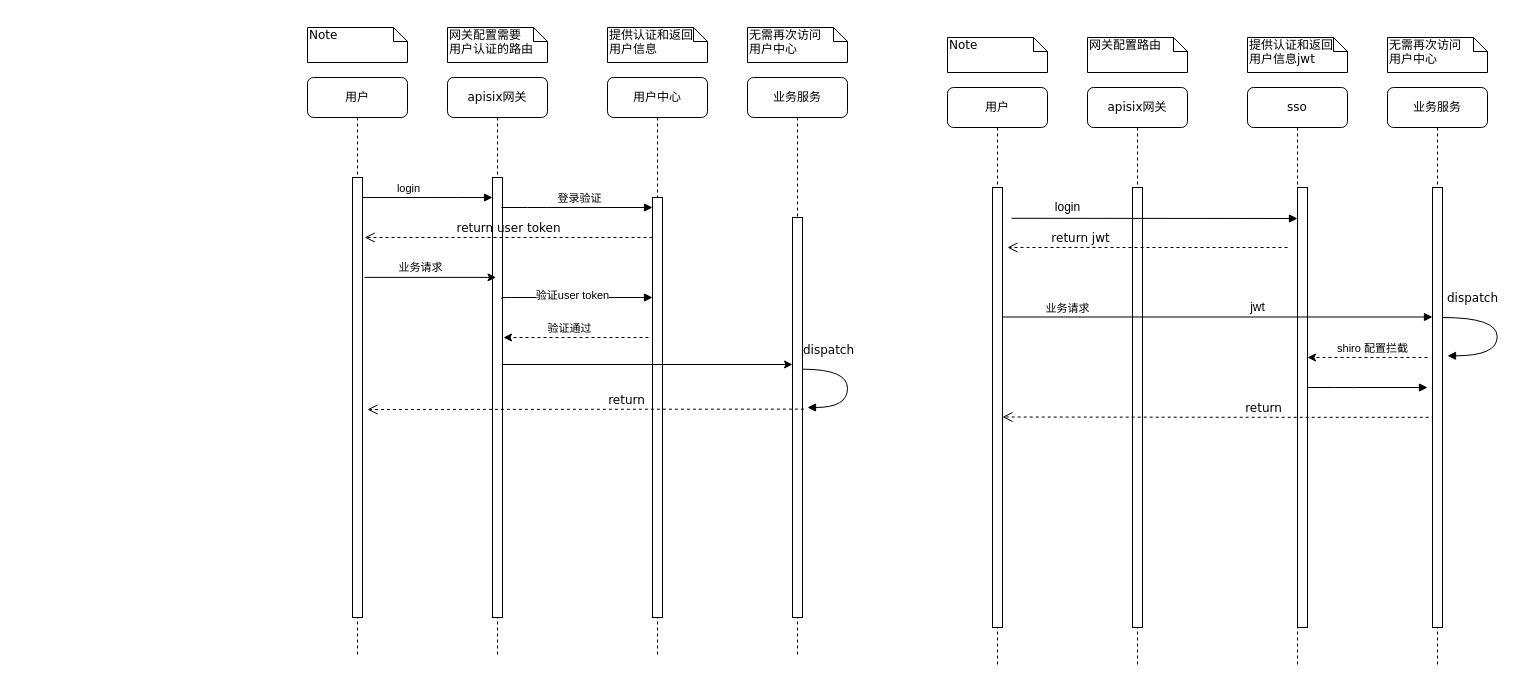
Above: apisix_sso.drawio in likesea/blog (draw.io), before the change. Source tidied: cells renumbered, new cells numbered last; positions are measured from the earlier drawing's top-left corner, leaving out a move shared by most shapes. Both pictures are drawn from the tidied source at 100%, with x=0, y=0 at pixel (307, 27).
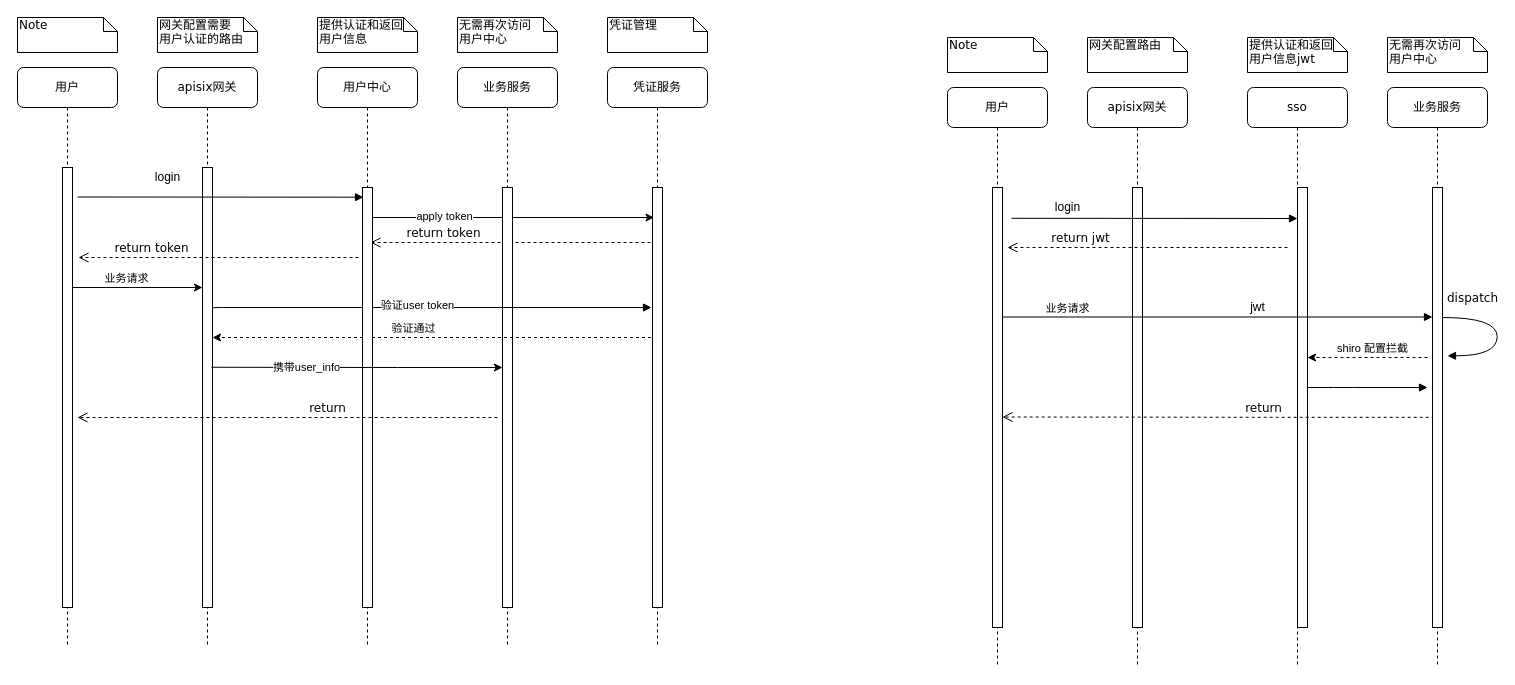
Above is the later version.

The change refers to these unchanged cells:
```xml
<mxCell id="3" style="html=1;points=[];perimeter=orthogonalPerimeter;rounded=0;shadow=0;comic=0;labelBackgroundColor=none;strokeWidth=1;fontFamily=Verdana;fontSize=12;align=center;" parent="2" vertex="1">
  <mxGeometry x="45" y="100" width="10" height="440" as="geometry" />
</mxCell>
<mxCell id="5" style="html=1;points=[];perimeter=orthogonalPerimeter;rounded=0;shadow=0;comic=0;labelBackgroundColor=none;strokeWidth=1;fontFamily=Verdana;fontSize=12;align=center;" parent="4" vertex="1">
  <mxGeometry x="45" y="120" width="10" height="420" as="geometry" />
</mxCell>
<mxCell id="13" style="html=1;points=[];perimeter=orthogonalPerimeter;rounded=0;shadow=0;comic=0;labelBackgroundColor=none;strokeWidth=1;fontFamily=Verdana;fontSize=12;align=center;" parent="12" vertex="1">
  <mxGeometry x="45" y="100" width="10" height="440" as="geometry" />
</mxCell>
```

Change to the diagram source:
```diff
@@
+    <mxCell id="10" value="业务服务" style="shape=umlLifeline;perimeter=lifelinePerimeter;whiteSpace=wrap;html=1;rounded=1;shadow=0;comic=0;labelBackgroundColor=none;strokeWidth=1;fontFamily=Verdana;fontSize=12;align=center;" parent="1" vertex="1">
+      <mxGeometry x="150" y="40" width="100" height="580" as="geometry" />
+    </mxCell>
+    <mxCell id="51" style="endArrow=classic;html=1;rounded=0;exitX=1.3;exitY=0.227;exitDx=0;exitDy=0;exitPerimeter=0;shadow=0;" parent="10" edge="1">
+      <mxGeometry relative="1" as="geometry">
+        <mxPoint x="-88" y="150" as="sourcePoint" />
+        <mxPoint x="196.5" y="150" as="targetPoint" />
+      </mxGeometry>
+    </mxCell>
+    <mxCell id="52" value="apply&amp;nbsp;token" style="edgeLabel;html=1;align=center;verticalAlign=middle;" parent="51" vertex="1">
+      <mxGeometry x="-0.48" y="2" relative="1" as="geometry" />
+    </mxCell>
+    <mxCell id="53" value="return&amp;nbsp;token" style="html=1;verticalAlign=bottom;endArrow=open;dashed=1;endSize=8;labelBackgroundColor=none;fontFamily=Verdana;fontSize=12;edgeStyle=elbowEdgeStyle;elbow=vertical;" parent="10" edge="1">
+      <mxGeometry x="0.48" relative="1" as="geometry">
+        <mxPoint x="193" y="175" as="sourcePoint" />
+        <mxPoint x="-87" y="175" as="targetPoint" />
+        <Array as="points">
+          <mxPoint x="-57" y="175" />
+          <mxPoint x="-37" y="175" />
+          <mxPoint x="-67" y="175" />
+          <mxPoint x="-67" y="175" />
+        </Array>
+      </mxGeometry>
+    </mxCell>
+    <mxCell id="14" style="html=1;points=[];perimeter=orthogonalPerimeter;rounded=0;shadow=0;comic=0;labelBackgroundColor=none;strokeWidth=1;fontFamily=Verdana;fontSize=12;align=center;" parent="1" vertex="1">
+      <mxGeometry x="195" y="160" width="10" height="420" as="geometry" />
+    </mxCell>
     <mxCell id="2" value="apisix网关" style="shape=umlLifeline;perimeter=lifelinePerimeter;whiteSpace=wrap;html=1;rounded=1;shadow=0;comic=0;labelBackgroundColor=none;strokeWidth=1;fontFamily=Verdana;fontSize=12;align=center;" parent="1" vertex="1">
-      <mxGeometry x="140" y="50" width="100" height="580" as="geometry" />
+      <mxGeometry x="-150" y="40" width="100" height="580" as="geometry" />
     </mxCell>
@@
+    <mxCell id="16" value="login" style="text;html=1;align=center;verticalAlign=middle;fillColor=none;strokeColor=none;rounded=0;" parent="2" vertex="1">
+      <mxGeometry x="-10" y="100" width="40" height="20" as="geometry" />
+    </mxCell>
+    <mxCell id="54" value="return&amp;nbsp;token" style="html=1;verticalAlign=bottom;endArrow=open;dashed=1;endSize=8;labelBackgroundColor=none;fontFamily=Verdana;fontSize=12;edgeStyle=elbowEdgeStyle;elbow=vertical;" parent="2" edge="1">
+      <mxGeometry x="0.48" relative="1" as="geometry">
+        <mxPoint x="201" y="190" as="sourcePoint" />
+        <mxPoint x="-79" y="190" as="targetPoint" />
+        <Array as="points">
+          <mxPoint x="-49" y="190" />
+          <mxPoint x="-29" y="190" />
+          <mxPoint x="-59" y="190" />
+          <mxPoint x="-59" y="190" />
+        </Array>
+      </mxGeometry>
+    </mxCell>
+    <mxCell id="43" style="endArrow=classic;html=1;rounded=0;exitX=1.3;exitY=0.227;exitDx=0;exitDy=0;exitPerimeter=0;" parent="2" edge="1">
+      <mxGeometry relative="1" as="geometry">
+        <mxPoint x="-86.5" y="220" as="sourcePoint" />
+        <mxPoint x="45" y="220" as="targetPoint" />
+      </mxGeometry>
+    </mxCell>
+    <mxCell id="44" value="业务请求" style="edgeLabel;html=1;align=center;verticalAlign=middle;" parent="43" vertex="1">
+      <mxGeometry x="-0.16" y="-3" relative="1" as="geometry">
+        <mxPoint y="-13" as="offset" />
+      </mxGeometry>
+    </mxCell>
+    <mxCell id="46" style="endArrow=classic;html=1;rounded=0;dashed=1;" parent="2" edge="1" source="57">
+      <mxGeometry relative="1" as="geometry">
+        <mxPoint x="55" y="270" as="targetPoint" />
+        <Array as="points">
+          <mxPoint x="135" y="270" />
+        </Array>
+      </mxGeometry>
+    </mxCell>
+    <mxCell id="47" value="验证通过" style="edgeLabel;html=1;align=center;verticalAlign=middle;" parent="46" vertex="1">
+      <mxGeometry x="0.1" y="-3" relative="1" as="geometry">
+        <mxPoint y="-7" as="offset" />
+      </mxGeometry>
+    </mxCell>
+    <mxCell id="8" style="html=1;verticalAlign=bottom;endArrow=block;labelBackgroundColor=none;fontFamily=Verdana;fontSize=12;edgeStyle=elbowEdgeStyle;elbow=vertical;exitX=0.9;exitY=0.172;exitDx=0;exitDy=0;exitPerimeter=0;" parent="2" edge="1">
+      <mxGeometry x="-0.15" y="10" relative="1" as="geometry">
+        <mxPoint x="55" y="241" as="sourcePoint" />
+        <mxPoint x="494" y="240" as="targetPoint" />
+        <Array as="points">
+          <mxPoint x="126" y="240" />
+          <mxPoint x="186" y="250" />
+          <mxPoint x="116" y="220" />
+          <mxPoint x="86" y="240" />
+        </Array>
+      </mxGeometry>
+    </mxCell>
+    <mxCell id="9" value="验证user&amp;nbsp;token" style="edgeLabel;html=1;align=center;verticalAlign=middle;" parent="8" vertex="1">
+      <mxGeometry x="-0.07" y="3" relative="1" as="geometry" />
+    </mxCell>
     <mxCell id="4" value="用户中心" style="shape=umlLifeline;perimeter=lifelinePerimeter;whiteSpace=wrap;html=1;rounded=1;shadow=0;comic=0;labelBackgroundColor=none;strokeWidth=1;fontFamily=Verdana;fontSize=12;align=center;" parent="1" vertex="1">
-      <mxGeometry x="300" y="50" width="100" height="580" as="geometry" />
+      <mxGeometry x="10" y="40" width="100" height="580" as="geometry" />
     </mxCell>
@@
-    <mxCell id="6" style="html=1;verticalAlign=bottom;endArrow=block;labelBackgroundColor=none;fontFamily=Verdana;fontSize=12;edgeStyle=elbowEdgeStyle;elbow=vertical;" parent="4" edge="1">
-      <mxGeometry x="-0.15" y="10" relative="1" as="geometry">
-        <mxPoint x="-106" y="130" as="sourcePoint" />
-        <mxPoint x="45" y="130" as="targetPoint" />
-        <Array as="points">
-          <mxPoint x="-70" y="130" />
-          <mxPoint x="-35" y="130" />
-          <mxPoint x="25" y="140" />
-          <mxPoint x="-45" y="110" />
-          <mxPoint x="-75" y="130" />
-        </Array>
-      </mxGeometry>
-    </mxCell>
-    <mxCell id="7" value="登录验证" style="edgeLabel;html=1;align=center;verticalAlign=middle;" parent="6" vertex="1">
-      <mxGeometry x="0.03" y="-3" relative="1" as="geometry">
-        <mxPoint x="-1" y="-13" as="offset" />
-      </mxGeometry>
-    </mxCell>
-    <mxCell id="8" style="html=1;verticalAlign=bottom;endArrow=block;labelBackgroundColor=none;fontFamily=Verdana;fontSize=12;edgeStyle=elbowEdgeStyle;elbow=vertical;exitX=0.9;exitY=0.172;exitDx=0;exitDy=0;exitPerimeter=0;" parent="4" edge="1">
-      <mxGeometry x="-0.15" y="10" relative="1" as="geometry">
-        <mxPoint x="-106" y="221" as="sourcePoint" />
-        <mxPoint x="45" y="220" as="targetPoint" />
-        <Array as="points">
-          <mxPoint x="-35" y="220" />
-          <mxPoint x="25" y="230" />
-          <mxPoint x="-45" y="200" />
-          <mxPoint x="-75" y="220" />
-        </Array>
-      </mxGeometry>
-    </mxCell>
-    <mxCell id="9" value="验证user&amp;nbsp;token" style="edgeLabel;html=1;align=center;verticalAlign=middle;" parent="8" vertex="1">
-      <mxGeometry x="-0.07" y="3" relative="1" as="geometry" />
-    </mxCell>
-    <mxCell id="10" value="业务服务" style="shape=umlLifeline;perimeter=lifelinePerimeter;whiteSpace=wrap;html=1;rounded=1;shadow=0;comic=0;labelBackgroundColor=none;strokeWidth=1;fontFamily=Verdana;fontSize=12;align=center;" parent="1" vertex="1">
-      <mxGeometry x="440" y="50" width="100" height="580" as="geometry" />
-    </mxCell>
-    <mxCell id="11" value="dispatch" style="html=1;verticalAlign=bottom;endArrow=block;labelBackgroundColor=none;fontFamily=Verdana;fontSize=12;elbow=vertical;edgeStyle=orthogonalEdgeStyle;curved=1;entryX=1;entryY=0.286;entryPerimeter=0;exitX=1.038;exitY=0.345;exitPerimeter=0;" parent="10" edge="1">
-      <mxGeometry x="-0.58" y="10" relative="1" as="geometry">
-        <mxPoint x="55" y="291.7" as="sourcePoint" />
-        <mxPoint x="60" y="330" as="targetPoint" />
-        <Array as="points">
-          <mxPoint x="100" y="291.7" />
-          <mxPoint x="100" y="329.7" />
-        </Array>
-      </mxGeometry>
-    </mxCell>
     <mxCell id="12" value="用户" style="shape=umlLifeline;perimeter=lifelinePerimeter;whiteSpace=wrap;html=1;rounded=1;shadow=0;comic=0;labelBackgroundColor=none;strokeWidth=1;fontFamily=Verdana;fontSize=12;align=center;" parent="1" vertex="1">
-      <mxGeometry y="50" width="100" height="580" as="geometry" />
+      <mxGeometry x="-290" y="40" width="100" height="580" as="geometry" />
     </mxCell>
@@
-    <mxCell id="14" style="html=1;points=[];perimeter=orthogonalPerimeter;rounded=0;shadow=0;comic=0;labelBackgroundColor=none;strokeWidth=1;fontFamily=Verdana;fontSize=12;align=center;" parent="1" vertex="1">
-      <mxGeometry x="485" y="190" width="10" height="400" as="geometry" />
-    </mxCell>
-    <mxCell id="15" style="html=1;verticalAlign=bottom;endArrow=block;labelBackgroundColor=none;fontFamily=Verdana;fontSize=12;edgeStyle=elbowEdgeStyle;elbow=vertical;" parent="1" edge="1" source="13" target="3">
-      <mxGeometry x="-0.15" y="10" relative="1" as="geometry">
-        <Array as="points">
-          <mxPoint x="140" y="170" />
-          <mxPoint x="120" y="170" />
-          <mxPoint x="180" y="180" />
-          <mxPoint x="110" y="150" />
-          <mxPoint x="80" y="170" />
-        </Array>
-      </mxGeometry>
-    </mxCell>
-    <mxCell id="16" value="login" style="edgeLabel;html=1;align=center;verticalAlign=middle;" parent="15" vertex="1">
-      <mxGeometry x="-0.18" y="3" relative="1" as="geometry">
-        <mxPoint x="-8" y="-7" as="offset" />
-      </mxGeometry>
-    </mxCell>
     <mxCell id="17" value="Note" style="shape=note;whiteSpace=wrap;html=1;size=14;verticalAlign=top;align=left;spacingTop=-6;rounded=0;shadow=0;comic=0;labelBackgroundColor=none;strokeWidth=1;fontFamily=Verdana;fontSize=12;" parent="1" vertex="1">
-      <mxGeometry width="100" height="35" as="geometry" />
+      <mxGeometry x="-290" y="-10" width="100" height="35" as="geometry" />
     </mxCell>
     <mxCell id="18" value="网关配置需要&lt;br&gt;用户认证的路由" style="shape=note;whiteSpace=wrap;html=1;size=14;verticalAlign=top;align=left;spacingTop=-6;rounded=0;shadow=0;comic=0;labelBackgroundColor=none;strokeWidth=1;fontFamily=Verdana;fontSize=12;" parent="1" vertex="1">
-      <mxGeometry x="140" width="100" height="35" as="geometry" />
+      <mxGeometry x="-150" y="-10" width="100" height="35" as="geometry" />
     </mxCell>
     <mxCell id="19" value="提供认证和返回&lt;br&gt;用户信息" style="shape=note;whiteSpace=wrap;html=1;size=14;verticalAlign=top;align=left;spacingTop=-6;rounded=0;shadow=0;comic=0;labelBackgroundColor=none;strokeWidth=1;fontFamily=Verdana;fontSize=12;" parent="1" vertex="1">
-      <mxGeometry x="300" width="100" height="35" as="geometry" />
+      <mxGeometry x="10" y="-10" width="100" height="35" as="geometry" />
     </mxCell>
     <mxCell id="20" value="无需再次访问&lt;br&gt;用户中心" style="shape=note;whiteSpace=wrap;html=1;size=14;verticalAlign=top;align=left;spacingTop=-6;rounded=0;shadow=0;comic=0;labelBackgroundColor=none;strokeWidth=1;fontFamily=Verdana;fontSize=12;" parent="1" vertex="1">
-      <mxGeometry x="440" width="100" height="35" as="geometry" />
+      <mxGeometry x="150" y="-10" width="100" height="35" as="geometry" />
     </mxCell>
-    <mxCell id="21" value="return" style="html=1;verticalAlign=bottom;endArrow=open;dashed=1;endSize=8;labelBackgroundColor=none;fontFamily=Verdana;fontSize=12;exitX=1.14;exitY=0.479;exitDx=0;exitDy=0;exitPerimeter=0;" parent="1" edge="1" source="14">
+    <mxCell id="21" value="return" style="html=1;verticalAlign=bottom;endArrow=open;dashed=1;endSize=8;labelBackgroundColor=none;fontFamily=Verdana;fontSize=12;" parent="1" edge="1">
       <mxGeometry x="-0.19" relative="1" as="geometry">
-        <mxPoint x="60" y="382" as="targetPoint" />
+        <mxPoint x="190" y="390" as="sourcePoint" />
+        <mxPoint x="-230" y="390" as="targetPoint" />
       </mxGeometry>
     </mxCell>
@@
-    <mxCell id="42" value="return user&amp;nbsp;token" style="html=1;verticalAlign=bottom;endArrow=open;dashed=1;endSize=8;labelBackgroundColor=none;fontFamily=Verdana;fontSize=12;edgeStyle=elbowEdgeStyle;elbow=vertical;entryX=1.22;entryY=0.136;entryDx=0;entryDy=0;entryPerimeter=0;" parent="1" edge="1" source="5" target="13">
-      <mxGeometry relative="1" as="geometry">
-        <Array as="points">
-          <mxPoint x="280" y="210" />
-          <mxPoint x="310" y="210" />
-        </Array>
-      </mxGeometry>
-    </mxCell>
-    <mxCell id="43" style="endArrow=classic;html=1;rounded=0;exitX=1.3;exitY=0.227;exitDx=0;exitDy=0;exitPerimeter=0;" parent="1" edge="1">
-      <mxGeometry relative="1" as="geometry">
-        <mxPoint x="57" y="249.9" as="sourcePoint" />
-        <mxPoint x="188.5" y="249.9" as="targetPoint" />
-      </mxGeometry>
-    </mxCell>
-    <mxCell id="44" value="业务请求" style="edgeLabel;html=1;align=center;verticalAlign=middle;" parent="43" vertex="1">
-      <mxGeometry x="-0.16" y="-3" relative="1" as="geometry">
-        <mxPoint y="-13" as="offset" />
-      </mxGeometry>
-    </mxCell>
-    <mxCell id="45" style="endArrow=classic;html=1;rounded=0;exitX=0.98;exitY=0.425;exitDx=0;exitDy=0;exitPerimeter=0;" parent="1" edge="1" source="3" target="14">
-      <mxGeometry relative="1" as="geometry" />
+    <mxCell id="45" style="endArrow=classic;html=1;rounded=0;exitX=0.9;exitY=0.454;exitDx=0;exitDy=0;exitPerimeter=0;" parent="1" edge="1" source="3" target="14">
+      <mxGeometry relative="1" as="geometry">
+        <Array as="points">
+          <mxPoint x="90" y="340" />
+        </Array>
+      </mxGeometry>
     </mxCell>
-    <mxCell id="46" style="endArrow=classic;html=1;rounded=0;dashed=1;" parent="1" edge="1">
-      <mxGeometry relative="1" as="geometry">
-        <mxPoint x="341" y="310" as="sourcePoint" />
-        <mxPoint x="196" y="310" as="targetPoint" />
-        <Array as="points">
-          <mxPoint x="276" y="310" />
-        </Array>
-      </mxGeometry>
-    </mxCell>
-    <mxCell id="47" value="验证通过" style="edgeLabel;html=1;align=center;verticalAlign=middle;" parent="46" vertex="1">
-      <mxGeometry x="0.1" y="-3" relative="1" as="geometry">
-        <mxPoint y="-7" as="offset" />
-      </mxGeometry>
-    </mxCell>
+    <mxCell id="55" value="携带user_info" style="edgeLabel;html=1;align=center;verticalAlign=middle;" parent="45" vertex="1">
+      <mxGeometry x="-0.35" relative="1" as="geometry" />
+    </mxCell>
@@
+    <mxCell id="56" style="html=1;verticalAlign=bottom;endArrow=block;labelBackgroundColor=none;fontFamily=Verdana;fontSize=12;edgeStyle=elbowEdgeStyle;elbow=vertical;exitX=0.9;exitY=0.07;exitDx=0;exitDy=0;exitPerimeter=0;" parent="1" edge="1">
+      <mxGeometry x="-0.15" y="10" relative="1" as="geometry">
+        <mxPoint x="-230" y="169.5" as="sourcePoint" />
+        <mxPoint x="56" y="169.7" as="targetPoint" />
+        <Array as="points">
+          <mxPoint x="76" y="169.7" />
+          <mxPoint x="-152.8" y="168.7" />
+          <mxPoint x="-92.8" y="178.7" />
+          <mxPoint x="-162.8" y="148.7" />
+          <mxPoint x="-192.8" y="168.7" />
+        </Array>
+      </mxGeometry>
+    </mxCell>
+    <mxCell id="57" value="凭证服务" style="shape=umlLifeline;perimeter=lifelinePerimeter;whiteSpace=wrap;html=1;outlineConnect=0;rounded=1;shadow=0;comic=0;labelBackgroundColor=none;strokeWidth=1;fontFamily=Verdana;fontSize=12;align=center;" parent="1" vertex="1">
+      <mxGeometry x="300" y="40" width="100" height="580" as="geometry" />
+    </mxCell>
+    <mxCell id="58" style="html=1;perimeter=orthogonalPerimeter;rounded=0;shadow=0;comic=0;labelBackgroundColor=none;strokeWidth=1;fontFamily=Verdana;fontSize=12;align=center;" parent="1" vertex="1">
+      <mxGeometry x="345" y="160" width="10" height="420" as="geometry" />
+    </mxCell>
+    <mxCell id="59" value="凭证管理" style="shape=note;whiteSpace=wrap;html=1;size=14;verticalAlign=top;align=left;spacingTop=-6;rounded=0;shadow=0;comic=0;labelBackgroundColor=none;strokeWidth=1;fontFamily=Verdana;fontSize=12;" parent="1" vertex="1">
+      <mxGeometry x="300" y="-10" width="100" height="35" as="geometry" />
+    </mxCell>
```
